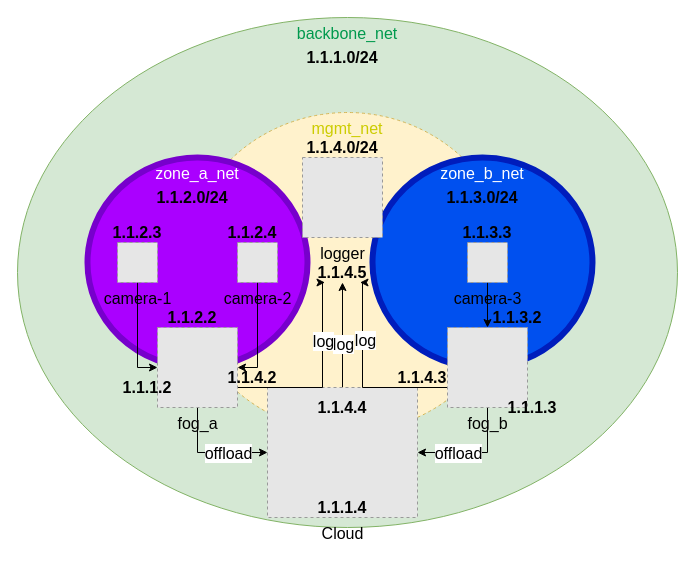
The draw.io diagram IoT/Ex3/Diagramms/Arch_Diagramm.drawio in AngelosKamaris/AAU-1st-Semester-Repo-Group-8, before the edit. Source tidied: cells renumbered, new cells numbered last; positions are measured from the earlier drawing's top-left corner, leaving out a move shared by most shapes. Both pictures are drawn from the tidied source at 100%, with x=0, y=0 at pixel (17, 17). Pictures stored in the file or linked from it are replaced by grey dashed boxes.
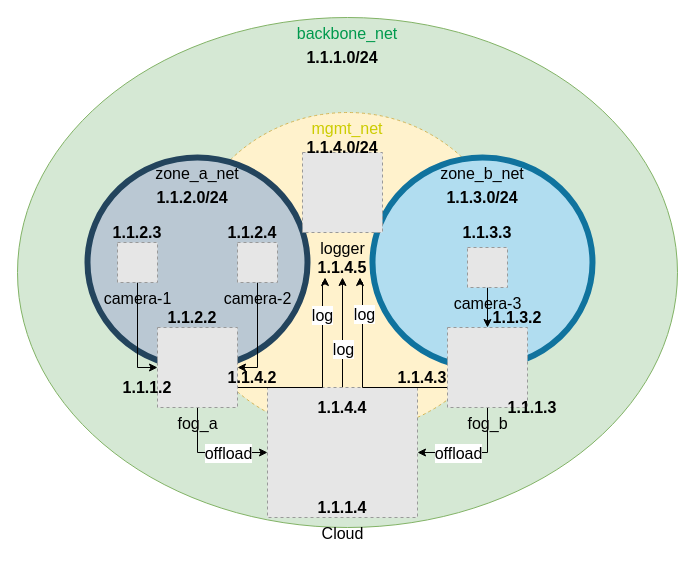
Above is the later version.

The change refers to these unchanged cells:
```xml
<mxCell id="12" style="edgeStyle=orthogonalEdgeStyle;rounded=0;jettySize=auto;html=1;exitX=0.5;exitY=0;exitDx=0;exitDy=0;entryX=0.5;entryY=1;entryDx=0;entryDy=0;fontSize=16;fontColor=#00CC66;" parent="1" edge="1" source="14" target="41">
  <mxGeometry relative="1" as="geometry" />
</mxCell>
<mxCell id="15" style="edgeStyle=orthogonalEdgeStyle;rounded=0;jettySize=auto;html=1;exitX=1;exitY=0.75;exitDx=0;exitDy=0;entryX=0.25;entryY=1;entryDx=0;entryDy=0;fontSize=16;fontColor=#00CC66;" parent="1" edge="1" source="19" target="41">
  <mxGeometry relative="1" as="geometry">
    <Array as="points">
      <mxPoint x="305" y="370" />
      <mxPoint x="305" y="265" />
    </Array>
  </mxGeometry>
</mxCell>
<mxCell id="20" style="edgeStyle=orthogonalEdgeStyle;rounded=0;jettySize=auto;html=1;exitX=0;exitY=0.75;exitDx=0;exitDy=0;entryX=0.75;entryY=1;entryDx=0;entryDy=0;fontSize=16;fontColor=#00CC66;" parent="1" edge="1" source="24" target="41">
  <mxGeometry relative="1" as="geometry">
    <Array as="points">
      <mxPoint x="345" y="370" />
      <mxPoint x="345" y="265" />
    </Array>
  </mxGeometry>
</mxCell>
```

Change to the diagram source:
```diff
@@
-    <mxCell id="4" value="zone_a_net" style="ellipse;whiteSpace=wrap;html=1;fontSize=16;fontColor=#ffffff;align=center;verticalAlign=top;strokeColor=#7700CC;fillColor=#aa00ff;strokeWidth=6;" parent="1" vertex="1">
+    <mxCell id="4" value="zone_a_net" style="ellipse;whiteSpace=wrap;html=1;fontSize=16;align=center;verticalAlign=top;strokeColor=#23445d;fillColor=#bac8d3;strokeWidth=6;" parent="1" vertex="1">
       <mxGeometry x="70" y="140" width="220" height="210" as="geometry" />
     </mxCell>
-    <mxCell id="5" value="zone_b_net" style="ellipse;whiteSpace=wrap;html=1;fontSize=16;fontColor=#ffffff;align=center;verticalAlign=top;strokeColor=#001DBC;fillColor=#0050ef;strokeWidth=6;" parent="1" vertex="1">
+    <mxCell id="5" value="zone_b_net" style="ellipse;whiteSpace=wrap;html=1;fontSize=16;align=center;verticalAlign=top;strokeColor=#10739e;fillColor=#b1ddf0;strokeWidth=6;" parent="1" vertex="1">
       <mxGeometry x="355" y="140" width="220" height="210" as="geometry" />
     </mxCell>
@@
     <mxCell id="11" value="camera-3" style="fillColor=#E6E6E6;strokeColor=#999999;dashed=1;verticalLabelPosition=bottom;verticalAlign=top;html=1;labelBackgroundColor=none;fontSize=16;fontColor=#000000;align=center;" parent="1" vertex="1">
-      <mxGeometry x="450" y="225" width="40" height="40" as="geometry" />
+      <mxGeometry x="450" y="230" width="40" height="40" as="geometry" />
     </mxCell>
@@
     <mxCell id="13" value="log" style="text;html=1;align=center;verticalAlign=middle;labelBackgroundColor=#ffffff;fontSize=16;" parent="12" vertex="1">
       <mxGeometry x="-0.24" y="2" relative="1" as="geometry">
-        <mxPoint x="2" y="-3.5" as="offset" />
+        <mxPoint x="2" y="3" as="offset" />
       </mxGeometry>
     </mxCell>
@@
     <mxCell id="16" value="log" style="text;html=1;align=center;verticalAlign=middle;labelBackgroundColor=#ffffff;fontSize=16;" parent="15" vertex="1">
       <mxGeometry x="0.57" y="-2" relative="1" as="geometry">
-        <mxPoint x="-2" y="19.5" as="offset" />
+        <mxPoint x="-3" y="-3" as="offset" />
       </mxGeometry>
     </mxCell>
@@
     <mxCell id="21" value="log" style="text;html=1;align=center;verticalAlign=middle;labelBackgroundColor=#ffffff;fontSize=16;" parent="20" vertex="1">
       <mxGeometry x="0.55" y="-3" relative="1" as="geometry">
-        <mxPoint x="-1" y="16.5" as="offset" />
+        <mxPoint x="-2" y="-5.5" as="offset" />
       </mxGeometry>
     </mxCell>
@@
     <mxCell id="25" value="&lt;font color=&quot;#000000&quot;&gt;logger&lt;/font&gt;" style="fillColor=#E6E6E6;strokeColor=#999999;dashed=1;verticalLabelPosition=bottom;verticalAlign=top;html=1;labelBackgroundColor=none;fontSize=16;fontColor=#000000;align=center;labelPosition=center;" parent="1" vertex="1">
-      <mxGeometry x="285" y="140" width="80" height="80" as="geometry" />
+      <mxGeometry x="285" y="135" width="80" height="80" as="geometry" />
     </mxCell>
@@
     <mxCell id="41" value="1.1.4.5" style="text;html=1;strokeColor=none;fillColor=none;align=center;verticalAlign=middle;whiteSpace=wrap;rounded=0;fontSize=16;fontStyle=1;" parent="1" vertex="1">
-      <mxGeometry x="290" y="245" width="70" height="20" as="geometry" />
+      <mxGeometry x="290" y="240" width="70" height="20" as="geometry" />
     </mxCell>
```
